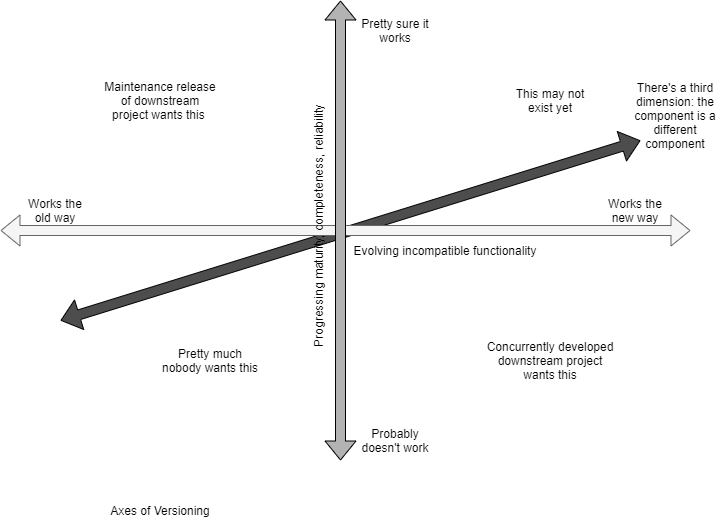
dboreham/global-bugs keeps this draw.io diagram as diagrams/versioning.png. Above is the earlier version. Source tidied: cells renumbered, new cells last; positions are measured from the earlier drawing's top-left corner, leaving out a move shared by most shapes.
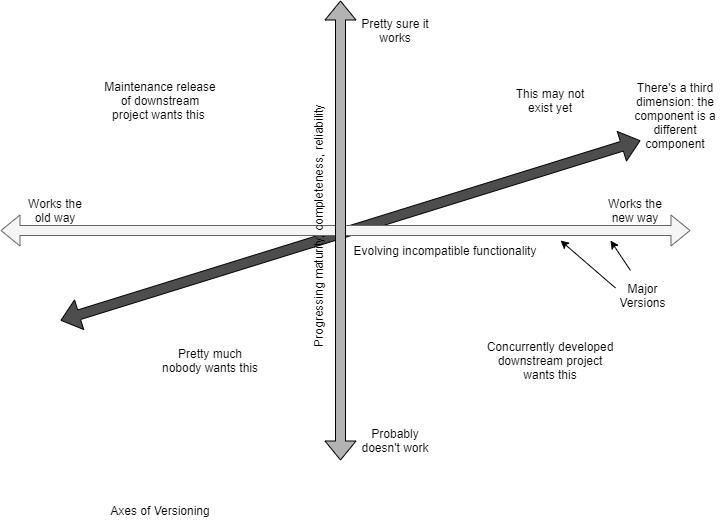
The same file after the commit.

The edit, as a diff of the source:
```diff
@@ -56,5 +56,19 @@
     <mxCell id="16" value="There's a third dimension: the component is a different component" style="text;html=1;strokeColor=none;fillColor=none;align=center;verticalAlign=middle;whiteSpace=wrap;rounded=0;" parent="1" vertex="1">
       <mxGeometry x="630" y="80" width="90" height="70" as="geometry" />
     </mxCell>
+    <mxCell id="17" value="Major Versions" style="text;html=1;strokeColor=none;fillColor=none;align=center;verticalAlign=middle;whiteSpace=wrap;rounded=0;" parent="1" vertex="1">
+      <mxGeometry x="615" y="280" width="55" height="30" as="geometry" />
+    </mxCell>
+    <mxCell id="18" style="endArrow=classic;html=1;strokeColor=#000000;fillColor=#4D4D4D;exitX=0;exitY=0.25;exitDx=0;exitDy=0;" parent="1" edge="1" source="17">
+      <mxGeometry relative="1" as="geometry">
+        <mxPoint x="560" y="240" as="targetPoint" />
+      </mxGeometry>
+    </mxCell>
+    <mxCell id="19" style="endArrow=classic;html=1;strokeColor=#000000;fillColor=#4D4D4D;" parent="1" edge="1">
+      <mxGeometry relative="1" as="geometry">
+        <mxPoint x="630" y="270" as="sourcePoint" />
+        <mxPoint x="610" y="240" as="targetPoint" />
+      </mxGeometry>
+    </mxCell>
   </root>
 </mxGraphModel>
```
